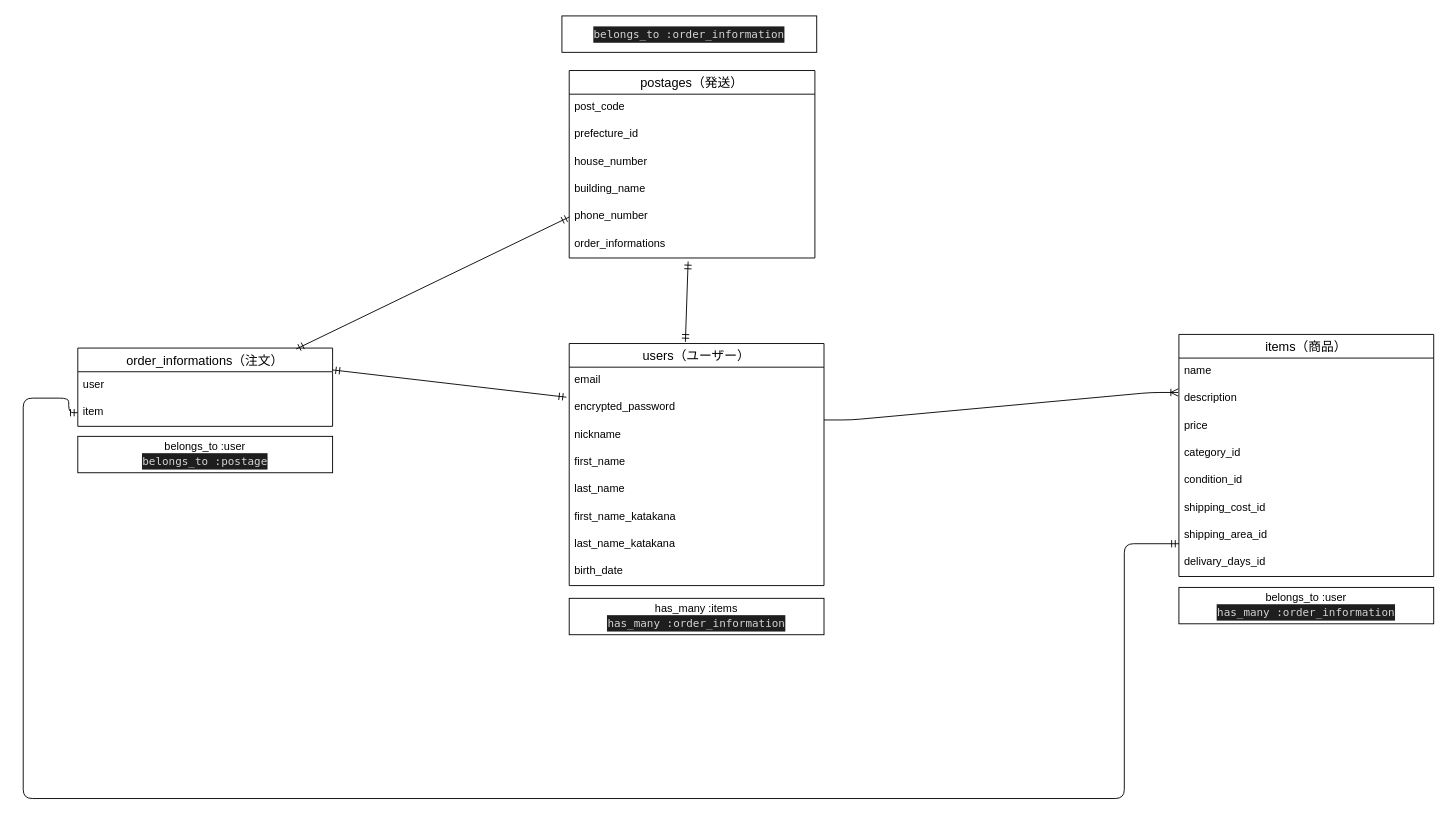
The draw.io diagram furima.dio in ippeiman/furima-39106, before the edit. Source tidied: cells renumbered, new cells numbered last; positions are measured from the earlier drawing's top-left corner, leaving out a move shared by most shapes. Both pictures are drawn from the tidied source at 91%, with x=0, y=0 at pixel (23, 15).
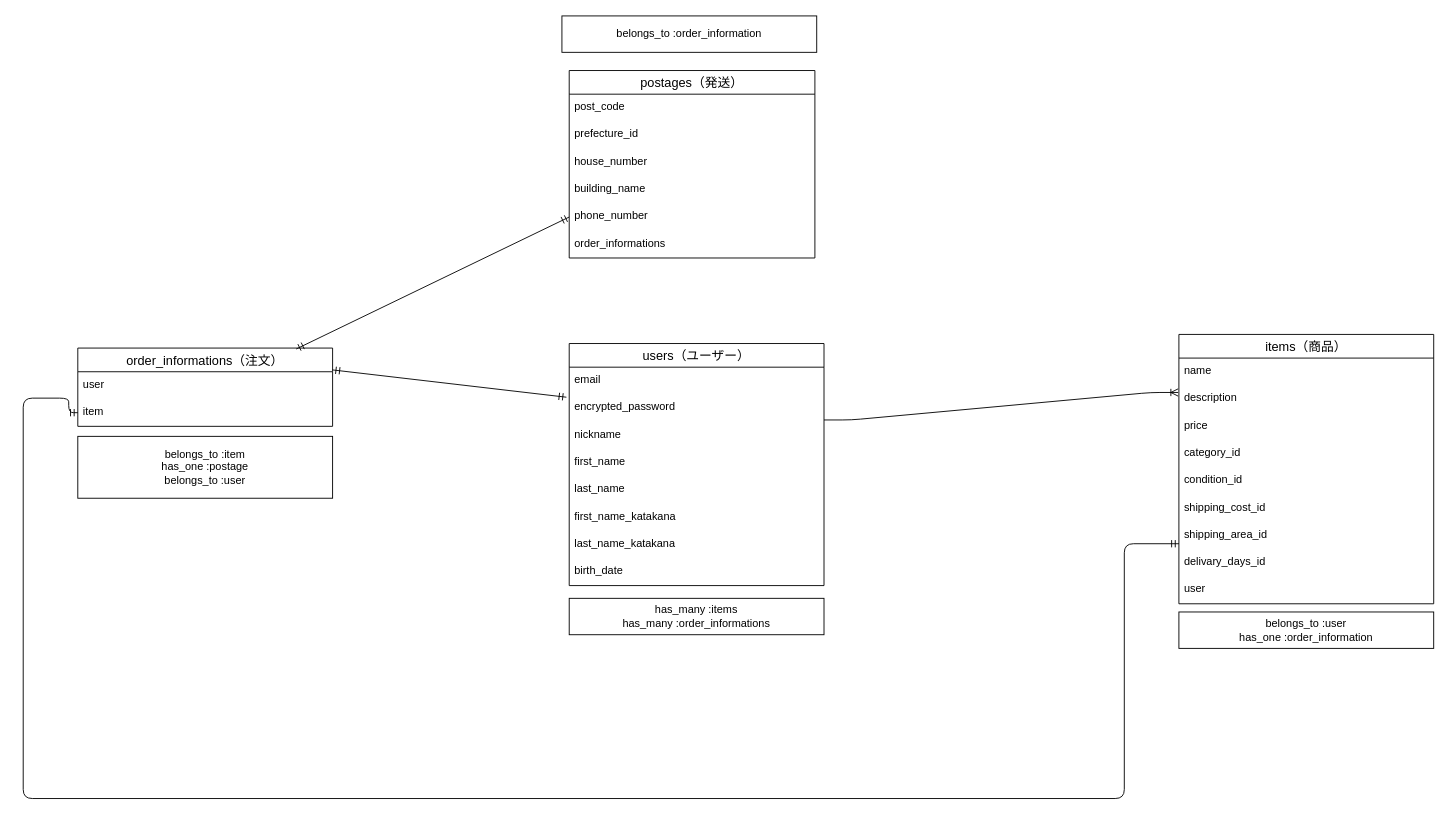
The same page after the edit.

Commit message (it also covers changes not shown here):
データベース設計rev.5

The change refers to these unchanged cells:
```xml
<mxCell id="3" value="users（ユーザー）" style="swimlane;fontStyle=0;horizontal=1;startSize=26;align=center;fontSize=14;" parent="1" vertex="1">
  <mxGeometry x="600" y="360" width="280" height="266" as="geometry" />
</mxCell>
<mxCell id="34" value="order_informations" style="text;strokeColor=none;fillColor=none;spacingLeft=4;spacingRight=4;overflow=hidden;points=[[0,0.5],[1,0.5]];portConstraint=eastwest;fontSize=12;" parent="28" vertex="1">
  <mxGeometry y="176" width="270" height="30" as="geometry" />
</mxCell>
```

What changed in the source:
```diff
@@
     <mxCell id="12" value="items（商品）" style="swimlane;fontStyle=0;horizontal=1;startSize=26;align=center;fontSize=14;" parent="1" vertex="1">
-      <mxGeometry x="1270" y="350" width="280" height="266" as="geometry" />
+      <mxGeometry x="1270" y="350" width="280" height="296" as="geometry" />
     </mxCell>
@@
+    <mxCell id="40" value="user" style="text;strokeColor=none;fillColor=none;spacingLeft=4;spacingRight=4;overflow=hidden;fontSize=12;" parent="12" vertex="1">
+      <mxGeometry y="266" width="280" height="30" as="geometry" />
+    </mxCell>
@@
-    <mxCell id="26" value="belongs_to :user&lt;br&gt;&lt;div style=&quot;color: rgb(212, 212, 212); background-color: rgb(30, 30, 30); font-family: Menlo, Monaco, &amp;quot;Courier New&amp;quot;, monospace; line-height: 18px;&quot;&gt;has_many :order_information&lt;/div&gt;" style="whiteSpace=wrap;html=1;align=center;" parent="1" vertex="1">
-      <mxGeometry x="1270" y="628" width="280" height="40" as="geometry" />
+    <mxCell id="26" value="belongs_to :user&lt;br&gt;has_one :order_information" style="whiteSpace=wrap;html=1;align=center;" parent="1" vertex="1">
+      <mxGeometry x="1270" y="655" width="280" height="40" as="geometry" />
     </mxCell>
-    <mxCell id="27" value="belongs_to :user&lt;br&gt;&lt;div style=&quot;color: rgb(212, 212, 212); background-color: rgb(30, 30, 30); font-family: Menlo, Monaco, &amp;quot;Courier New&amp;quot;, monospace; line-height: 18px;&quot;&gt;belongs_to :postage&lt;/div&gt;" style="whiteSpace=wrap;html=1;align=center;" parent="1" vertex="1">
-      <mxGeometry x="60" y="462" width="280" height="40" as="geometry" />
+    <mxCell id="27" value="belongs_to :item&lt;br&gt;has_one :postage&lt;br&gt;belongs_to :user" style="whiteSpace=wrap;html=1;align=center;" parent="1" vertex="1">
+      <mxGeometry x="60" y="462" width="280" height="68" as="geometry" />
     </mxCell>
@@
-    <mxCell id="35" value="&lt;div style=&quot;color: rgb(212, 212, 212); background-color: rgb(30, 30, 30); font-family: Menlo, Monaco, &amp;quot;Courier New&amp;quot;, monospace; line-height: 18px;&quot;&gt;belongs_to :order_information&lt;/div&gt;" style="whiteSpace=wrap;html=1;align=center;" parent="1" vertex="1">
+    <mxCell id="35" value="belongs_to :order_information" style="whiteSpace=wrap;html=1;align=center;" parent="1" vertex="1">
       <mxGeometry x="592" width="280" height="40" as="geometry" />
     </mxCell>
-    <mxCell id="36" style="fontSize=12;html=1;endArrow=ERmandOne;startArrow=ERmandOne;entryX=0.484;entryY=1.129;entryDx=0;entryDy=0;entryPerimeter=0;exitX=0.456;exitY=-0.007;exitDx=0;exitDy=0;exitPerimeter=0;" parent="1" edge="1" source="3" target="34">
-      <mxGeometry relative="1" as="geometry" />
-    </mxCell>
-    <mxCell id="37" value="has_many :items&lt;br&gt;&lt;div style=&quot;color: rgb(212, 212, 212); background-color: rgb(30, 30, 30); font-family: Menlo, Monaco, &amp;quot;Courier New&amp;quot;, monospace; line-height: 18px;&quot;&gt;has_many :order_information&lt;/div&gt;" style="whiteSpace=wrap;html=1;align=center;" parent="1" vertex="1">
+    <mxCell id="37" value="has_many :items&lt;br&gt;has_many :order_informations" style="whiteSpace=wrap;html=1;align=center;" parent="1" vertex="1">
       <mxGeometry x="600" y="640" width="280" height="40" as="geometry" />
     </mxCell>
```
